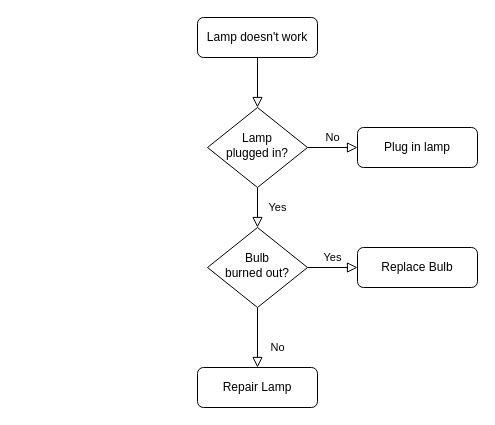
NFqm/draw.io keeps this draw.io diagram as Untitled Diagram.drawio. Above is the earlier version. Source tidied: cells renumbered, new cells numbered last; positions are measured from the earlier drawing's top-left corner, leaving out a move shared by most shapes. Both pictures are drawn from the tidied source at 100%, with x=0, y=0 at pixel (197, 17).
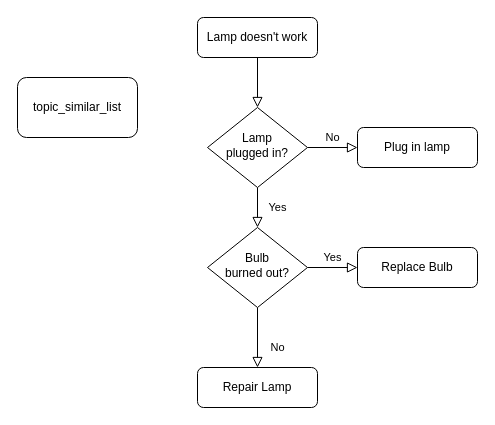
Above is the later version.

The edit, as a diff of the source:
```diff
@@
 <mxGraphModel>
   <root>
     <mxCell id="0" />
     <mxCell id="1" parent="0" />
     <mxCell id="2" style="rounded=0;html=1;jettySize=auto;fontSize=11;endArrow=block;endFill=0;endSize=8;strokeWidth=1;shadow=0;labelBackgroundColor=none;edgeStyle=orthogonalEdgeStyle;" parent="1" edge="1" source="3" target="6">
       <mxGeometry relative="1" as="geometry" />
     </mxCell>
     <mxCell id="3" value="Lamp doesn't work" style="rounded=1;whiteSpace=wrap;html=1;fontSize=12;glass=0;strokeWidth=1;shadow=0;" parent="1" vertex="1">
       <mxGeometry width="120" height="40" as="geometry" />
     </mxCell>
     <mxCell id="4" value="Yes" style="rounded=0;html=1;jettySize=auto;fontSize=11;endArrow=block;endFill=0;endSize=8;strokeWidth=1;shadow=0;labelBackgroundColor=none;edgeStyle=orthogonalEdgeStyle;" parent="1" edge="1" source="6" target="10">
       <mxGeometry y="20" relative="1" as="geometry" />
     </mxCell>
     <mxCell id="5" value="No" style="edgeStyle=orthogonalEdgeStyle;rounded=0;html=1;jettySize=auto;fontSize=11;endArrow=block;endFill=0;endSize=8;strokeWidth=1;shadow=0;labelBackgroundColor=none;" parent="1" edge="1" source="6" target="7">
       <mxGeometry y="10" relative="1" as="geometry" />
     </mxCell>
     <mxCell id="6" value="Lamp&lt;br&gt;plugged in?" style="rhombus;whiteSpace=wrap;html=1;shadow=0;fontFamily=Helvetica;fontSize=12;align=center;strokeWidth=1;spacing=6;spacingTop=-4;" parent="1" vertex="1">
       <mxGeometry x="10" y="90" width="100" height="80" as="geometry" />
     </mxCell>
     <mxCell id="7" value="Plug in lamp" style="rounded=1;whiteSpace=wrap;html=1;fontSize=12;glass=0;strokeWidth=1;shadow=0;" parent="1" vertex="1">
       <mxGeometry x="160" y="110" width="120" height="40" as="geometry" />
     </mxCell>
     <mxCell id="8" value="No" style="rounded=0;html=1;jettySize=auto;fontSize=11;endArrow=block;endFill=0;endSize=8;strokeWidth=1;shadow=0;labelBackgroundColor=none;edgeStyle=orthogonalEdgeStyle;" parent="1" edge="1" source="10" target="11">
       <mxGeometry x="0.33" y="20" relative="1" as="geometry" />
     </mxCell>
     <mxCell id="9" value="Yes" style="edgeStyle=orthogonalEdgeStyle;rounded=0;html=1;jettySize=auto;fontSize=11;endArrow=block;endFill=0;endSize=8;strokeWidth=1;shadow=0;labelBackgroundColor=none;" parent="1" edge="1" source="10" target="12">
       <mxGeometry y="10" relative="1" as="geometry" />
     </mxCell>
     <mxCell id="10" value="Bulb&lt;br&gt;burned out?" style="rhombus;whiteSpace=wrap;html=1;shadow=0;fontFamily=Helvetica;fontSize=12;align=center;strokeWidth=1;spacing=6;spacingTop=-4;" parent="1" vertex="1">
       <mxGeometry x="10" y="210" width="100" height="80" as="geometry" />
     </mxCell>
     <mxCell id="11" value="Repair Lamp" style="rounded=1;whiteSpace=wrap;html=1;fontSize=12;glass=0;strokeWidth=1;shadow=0;" parent="1" vertex="1">
       <mxGeometry y="350" width="120" height="40" as="geometry" />
     </mxCell>
     <mxCell id="12" value="Replace Bulb" style="rounded=1;whiteSpace=wrap;html=1;fontSize=12;glass=0;strokeWidth=1;shadow=0;" parent="1" vertex="1">
       <mxGeometry x="160" y="230" width="120" height="40" as="geometry" />
     </mxCell>
+    <mxCell id="13" value="topic_similar_list" style="rounded=1;whiteSpace=wrap;html=1;" parent="1" vertex="1">
+      <mxGeometry x="-180" y="60" width="120" height="60" as="geometry" />
+    </mxCell>
   </root>
 </mxGraphModel>
```
